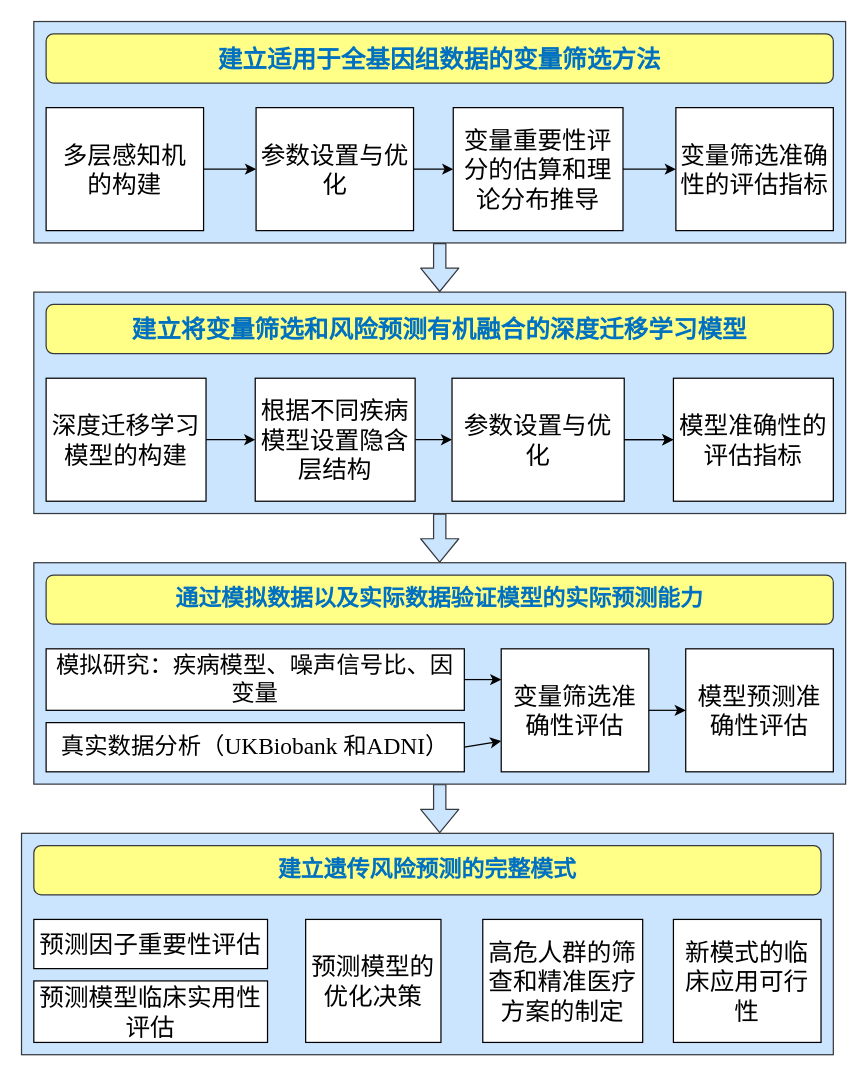
Above: pathnew.drawio in YaluWen/try (draw.io), before the change. Source tidied: cells renumbered, new cells numbered last; positions are measured from the earlier drawing's top-left corner, leaving out a move shared by most shapes. Both pictures are drawn from the tidied source at 123%, with x=0, y=0 at pixel (21, 21).
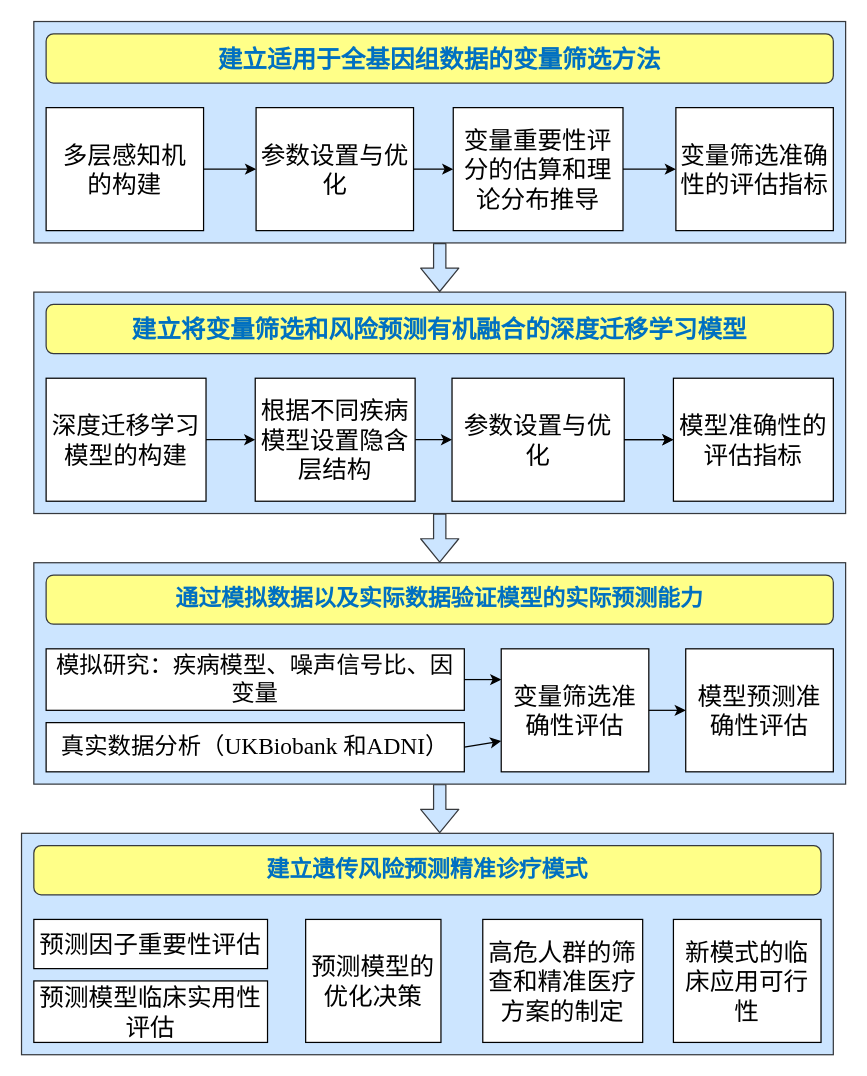
The same page after the edit.

Unchanged cells that the change refers to:
```xml
<mxCell id="36" style="group;" parent="1" vertex="1">
  <mxGeometry y="660" width="660" height="180" as="geometry" />
</mxCell>
```

Change to the diagram source:
```diff
@@
-    <mxCell id="38" value="&lt;b&gt;&lt;span style=&quot;font-size: 14.0pt ; font-family: &amp;#34;kaiti&amp;#34; ; color: #0070c1&quot; lang=&quot;ZH-CN&quot;&gt;建立遗传风险预测的完整模式&lt;/span&gt;&lt;/b&gt;" style="rounded=1;whiteSpace=wrap;html=1;fillColor=#ffff88;strokeColor=#36393d;" parent="36" vertex="1">
+    <mxCell id="38" value="&lt;b&gt;&lt;span style=&quot;font-size: 14.0pt ; font-family: &amp;#34;kaiti&amp;#34; ; color: #0070c1&quot; lang=&quot;ZH-CN&quot;&gt;建立遗传风险预测精准诊疗模式&lt;/span&gt;&lt;/b&gt;" style="rounded=1;whiteSpace=wrap;html=1;fillColor=#ffff88;strokeColor=#36393d;" parent="36" vertex="1">
       <mxGeometry x="10" y="10" width="640" height="40" as="geometry" />
     </mxCell>
```
